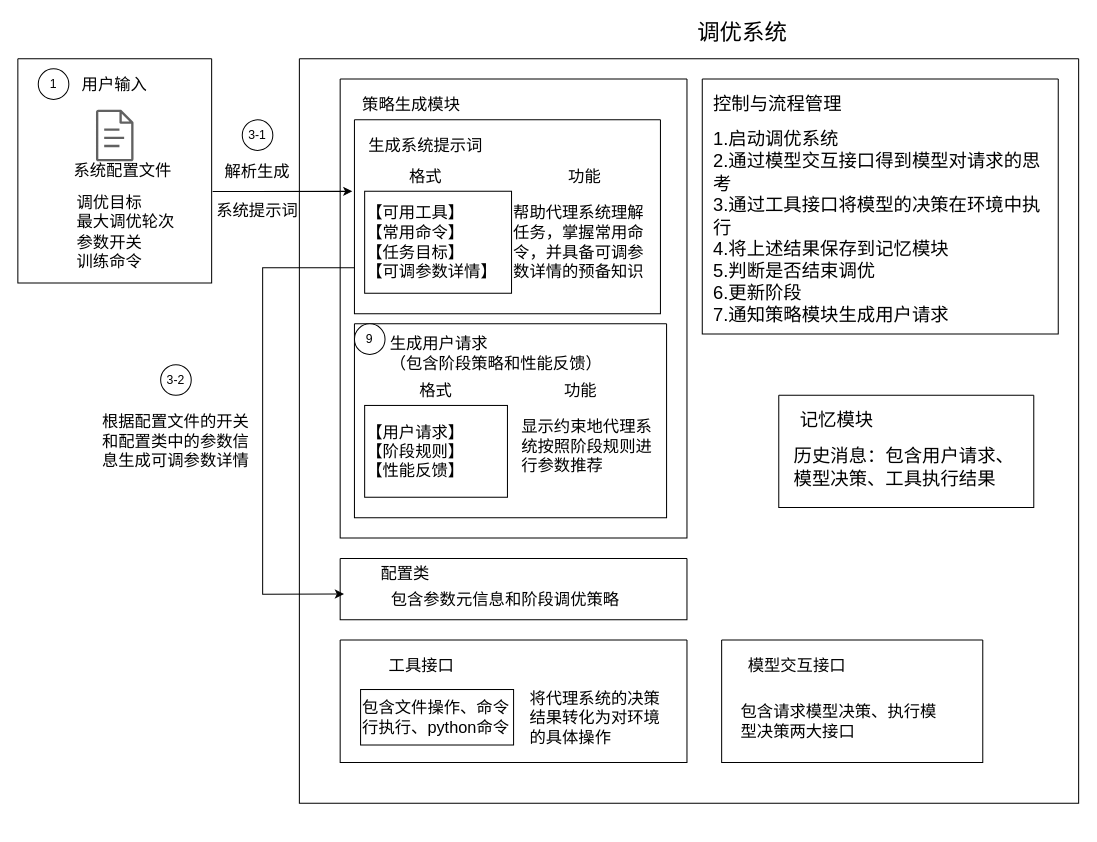
Earlier version of the draw.io diagram page "第 8 页" (8 of 14) of KernelTuneAgent.drawio (DonCoyi/_pictures). Source tidied: cells renumbered, new cells numbered last; positions are measured from the earlier drawing's top-left corner, leaving out a move shared by most shapes. Both pictures are drawn from the tidied source at 102%, with x=0, y=0 at pixel (17, 17).
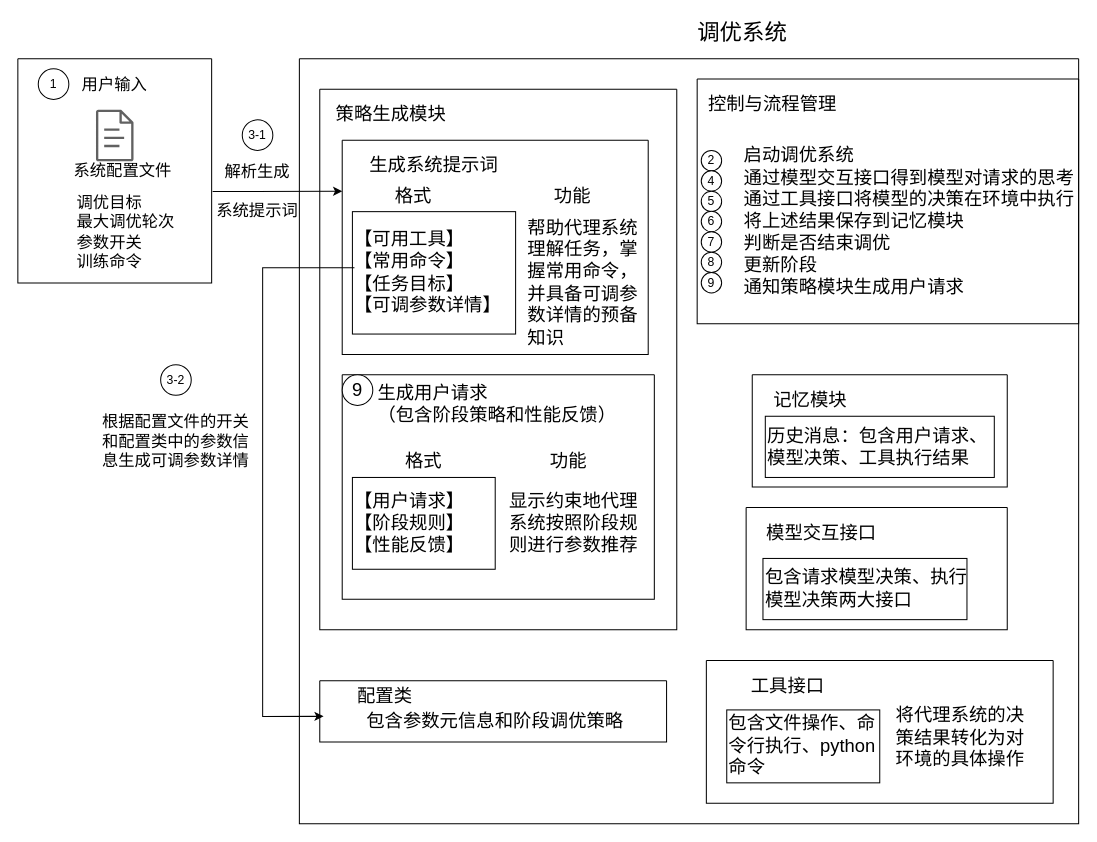
The same diagram, later.

The change refers to these unchanged cells:
```xml
<mxCell id="35" style="swimlane;startSize=0;" parent="1" vertex="1">
  <mxGeometry y="40" width="190" height="220" as="geometry" />
</mxCell>
```

Diff of the diagram source:
```diff
@@
     <mxCell id="2" style="swimlane;startSize=0;" parent="1" vertex="1">
-      <mxGeometry x="276" y="40" width="764" height="730" as="geometry" />
+      <mxGeometry x="276" y="40" width="764" height="750" as="geometry" />
     </mxCell>
     <mxCell id="3" style="swimlane;startSize=0;" parent="2" vertex="1">
-      <mxGeometry x="40" y="20" width="340" height="450" as="geometry" />
+      <mxGeometry x="20" y="30" width="350" height="530" as="geometry" />
     </mxCell>
-    <mxCell id="4" style="swimlane;startSize=0;" parent="3" vertex="1">
-      <mxGeometry x="14" y="40" width="300" height="190" as="geometry" />
+    <mxCell id="4" style="swimlane;startSize=0;fontSize=18;fontFamily=宋体;" parent="3" vertex="1">
+      <mxGeometry x="22" y="50" width="300" height="210" as="geometry" />
     </mxCell>
-    <mxCell id="5" value="&lt;font face=&quot;宋体&quot; style=&quot;font-size: 16px;&quot;&gt;【可用工具】&lt;/font&gt;&lt;div&gt;&lt;div&gt;&lt;font face=&quot;宋体&quot; style=&quot;font-size: 16px;&quot;&gt;【常用命令】&lt;/font&gt;&lt;/div&gt;&lt;div&gt;&lt;font face=&quot;宋体&quot; style=&quot;font-size: 16px;&quot;&gt;【任务目标】&lt;/font&gt;&lt;/div&gt;&lt;div&gt;&lt;font face=&quot;宋体&quot; style=&quot;font-size: 16px;&quot;&gt;【可调参数详情】&lt;/font&gt;&lt;/div&gt;&lt;/div&gt;" style="text;html=1;whiteSpace=wrap;strokeColor=default;fillColor=none;align=left;verticalAlign=middle;rounded=0;" parent="4" vertex="1">
-      <mxGeometry x="10" y="70" width="144" height="100" as="geometry" />
+    <mxCell id="5" value="&lt;font&gt;【可用工具】&lt;/font&gt;&lt;div&gt;&lt;div&gt;&lt;font&gt;【常用命令】&lt;/font&gt;&lt;/div&gt;&lt;div&gt;&lt;font&gt;【任务目标】&lt;/font&gt;&lt;/div&gt;&lt;div&gt;&lt;font&gt;【可调参数详情】&lt;/font&gt;&lt;/div&gt;&lt;/div&gt;" style="text;html=1;whiteSpace=wrap;strokeColor=default;fillColor=none;align=left;verticalAlign=middle;rounded=0;fontSize=18;fontFamily=宋体;" parent="4" vertex="1">
+      <mxGeometry x="10" y="70" width="160" height="120" as="geometry" />
     </mxCell>
-    <mxCell id="6" value="&lt;font face=&quot;宋体&quot; style=&quot;font-size: 16px;&quot;&gt;生成系统提示词&lt;/font&gt;" style="text;html=1;whiteSpace=wrap;strokeColor=none;fillColor=none;align=center;verticalAlign=middle;rounded=0;" parent="4" vertex="1">
-      <mxGeometry x="10" y="10" width="120" height="30.6" as="geometry" />
+    <mxCell id="6" value="&lt;font&gt;生成系统提示词&lt;/font&gt;" style="text;html=1;whiteSpace=wrap;strokeColor=none;fillColor=none;align=center;verticalAlign=middle;rounded=0;fontSize=18;fontFamily=宋体;" parent="4" vertex="1">
+      <mxGeometry x="10" y="10" width="160" height="30.6" as="geometry" />
     </mxCell>
-    <mxCell id="7" value="&lt;font face=&quot;宋体&quot;&gt;&lt;span style=&quot;font-size: 16px;&quot;&gt;帮助代理系统理解任务，掌握常用命令，并具备可调参数详情的预备知识&lt;/span&gt;&lt;/font&gt;" style="text;html=1;whiteSpace=wrap;strokeColor=none;fillColor=none;align=left;verticalAlign=middle;rounded=0;" parent="4" vertex="1">
-      <mxGeometry x="154" y="70" width="144" height="100" as="geometry" />
+    <mxCell id="7" value="&lt;font&gt;&lt;span&gt;帮助代理系统理解任务，掌握常用命令，并具备可调参数详情的预备知识&lt;/span&gt;&lt;/font&gt;" style="text;html=1;whiteSpace=wrap;strokeColor=none;fillColor=none;align=left;verticalAlign=middle;rounded=0;fontSize=18;fontFamily=宋体;" parent="4" vertex="1">
+      <mxGeometry x="180" y="70" width="118" height="140" as="geometry" />
     </mxCell>
-    <mxCell id="8" value="&lt;font face=&quot;宋体&quot; style=&quot;font-size: 16px;&quot;&gt;格式&lt;/font&gt;" style="text;html=1;whiteSpace=wrap;strokeColor=none;fillColor=none;align=center;verticalAlign=middle;rounded=0;" parent="4" vertex="1">
+    <mxCell id="8" value="&lt;font&gt;格式&lt;/font&gt;" style="text;html=1;whiteSpace=wrap;strokeColor=none;fillColor=none;align=center;verticalAlign=middle;rounded=0;fontSize=18;fontFamily=宋体;" parent="4" vertex="1">
       <mxGeometry x="10" y="39.4" width="120" height="30.6" as="geometry" />
     </mxCell>
-    <mxCell id="9" value="&lt;font face=&quot;宋体&quot; style=&quot;font-size: 16px;&quot;&gt;功能&lt;/font&gt;" style="text;html=1;whiteSpace=wrap;strokeColor=none;fillColor=none;align=center;verticalAlign=middle;rounded=0;" parent="4" vertex="1">
+    <mxCell id="9" value="&lt;font&gt;功能&lt;/font&gt;" style="text;html=1;whiteSpace=wrap;strokeColor=none;fillColor=none;align=center;verticalAlign=middle;rounded=0;fontSize=18;fontFamily=宋体;" parent="4" vertex="1">
       <mxGeometry x="166" y="39.4" width="120" height="30.6" as="geometry" />
     </mxCell>
-    <mxCell id="10" value="&lt;font face=&quot;宋体&quot; style=&quot;font-size: 16px;&quot;&gt;策略生成模块&lt;/font&gt;" style="text;html=1;whiteSpace=wrap;strokeColor=none;fillColor=none;align=center;verticalAlign=middle;rounded=0;" parent="3" vertex="1">
+    <mxCell id="10" value="&lt;font&gt;策略生成模块&lt;/font&gt;" style="text;html=1;whiteSpace=wrap;strokeColor=none;fillColor=none;align=center;verticalAlign=middle;rounded=0;fontSize=18;fontFamily=宋体;" parent="3" vertex="1">
       <mxGeometry y="9.4" width="140" height="30.6" as="geometry" />
     </mxCell>
-    <mxCell id="11" style="swimlane;startSize=0;" parent="3" vertex="1">
-      <mxGeometry x="14" y="240" width="306" height="190" as="geometry" />
+    <mxCell id="11" style="swimlane;startSize=0;fontSize=18;fontFamily=宋体;" parent="3" vertex="1">
+      <mxGeometry x="22" y="280" width="306" height="220" as="geometry" />
     </mxCell>
-    <mxCell id="12" value="&lt;font face=&quot;宋体&quot; style=&quot;font-size: 16px;&quot;&gt;【用户请求】&lt;/font&gt;&lt;div&gt;&lt;div&gt;&lt;font face=&quot;宋体&quot; style=&quot;font-size: 16px;&quot;&gt;【阶段规则】&lt;/font&gt;&lt;/div&gt;&lt;/div&gt;&lt;div&gt;&lt;font face=&quot;宋体&quot; style=&quot;font-size: 16px;&quot;&gt;【性能反馈】&lt;/font&gt;&lt;/div&gt;" style="text;html=1;whiteSpace=wrap;strokeColor=default;fillColor=none;align=left;verticalAlign=middle;rounded=0;" parent="11" vertex="1">
-      <mxGeometry x="10" y="80" width="140" height="90" as="geometry" />
+    <mxCell id="12" value="&lt;font&gt;【用户请求】&lt;/font&gt;&lt;div&gt;&lt;div&gt;&lt;font&gt;【阶段规则】&lt;/font&gt;&lt;/div&gt;&lt;/div&gt;&lt;div&gt;&lt;font&gt;【性能反馈】&lt;/font&gt;&lt;/div&gt;" style="text;html=1;whiteSpace=wrap;strokeColor=default;fillColor=none;align=left;verticalAlign=middle;rounded=0;fontSize=18;fontFamily=宋体;" parent="11" vertex="1">
+      <mxGeometry x="10" y="100.6" width="140" height="90" as="geometry" />
     </mxCell>
-    <mxCell id="13" value="&lt;font face=&quot;宋体&quot; style=&quot;font-size: 16px;&quot;&gt;生成用户请求&lt;/font&gt;&lt;div&gt;&lt;font face=&quot;宋体&quot; style=&quot;font-size: 16px;&quot;&gt;（包含阶段策略和性能反馈）&lt;/font&gt;&lt;/div&gt;" style="text;html=1;whiteSpace=wrap;strokeColor=none;fillColor=none;align=left;verticalAlign=middle;rounded=0;" parent="11" vertex="1">
+    <mxCell id="13" value="&lt;font&gt;生成用户请求&lt;/font&gt;&lt;div&gt;&lt;font&gt;（包含阶段策略和性能反馈）&lt;/font&gt;&lt;/div&gt;" style="text;html=1;whiteSpace=wrap;strokeColor=none;fillColor=none;align=left;verticalAlign=middle;rounded=0;fontSize=18;fontFamily=宋体;" parent="11" vertex="1">
       <mxGeometry x="33" y="8.7" width="240" height="41.3" as="geometry" />
     </mxCell>
-    <mxCell id="14" value="9" style="ellipse;whiteSpace=wrap;html=1;" parent="11" vertex="1">
+    <mxCell id="14" value="9" style="ellipse;whiteSpace=wrap;html=1;fontSize=18;fontFamily=宋体;" parent="11" vertex="1">
       <mxGeometry width="30" height="30" as="geometry" />
     </mxCell>
-    <mxCell id="15" value="&lt;font face=&quot;宋体&quot;&gt;&lt;span style=&quot;font-size: 16px;&quot;&gt;显示约束地代理系统按照阶段规则进行参数推荐&lt;/span&gt;&lt;/font&gt;" style="text;html=1;whiteSpace=wrap;strokeColor=none;fillColor=none;align=left;verticalAlign=middle;rounded=0;" parent="11" vertex="1">
-      <mxGeometry x="162" y="70" width="144" height="100" as="geometry" />
+    <mxCell id="15" value="&lt;font&gt;&lt;span&gt;显示约束地代理系统按照阶段规则进行参数推荐&lt;/span&gt;&lt;/font&gt;" style="text;html=1;whiteSpace=wrap;strokeColor=none;fillColor=none;align=left;verticalAlign=middle;rounded=0;fontSize=18;fontFamily=宋体;" parent="11" vertex="1">
+      <mxGeometry x="162" y="90.6" width="144" height="110" as="geometry" />
     </mxCell>
-    <mxCell id="16" value="&lt;font face=&quot;宋体&quot; style=&quot;font-size: 16px;&quot;&gt;格式&lt;/font&gt;" style="text;html=1;whiteSpace=wrap;strokeColor=none;fillColor=none;align=center;verticalAlign=middle;rounded=0;" parent="11" vertex="1">
-      <mxGeometry x="20" y="49.4" width="120" height="30.6" as="geometry" />
+    <mxCell id="16" value="&lt;font&gt;格式&lt;/font&gt;" style="text;html=1;whiteSpace=wrap;strokeColor=none;fillColor=none;align=center;verticalAlign=middle;rounded=0;fontSize=18;fontFamily=宋体;" parent="11" vertex="1">
+      <mxGeometry x="20" y="70" width="120" height="30.6" as="geometry" />
     </mxCell>
-    <mxCell id="17" value="&lt;font face=&quot;宋体&quot; style=&quot;font-size: 16px;&quot;&gt;功能&lt;/font&gt;" style="text;html=1;whiteSpace=wrap;strokeColor=none;fillColor=none;align=center;verticalAlign=middle;rounded=0;" parent="11" vertex="1">
-      <mxGeometry x="162" y="49.4" width="120" height="30.6" as="geometry" />
+    <mxCell id="17" value="&lt;font&gt;功能&lt;/font&gt;" style="text;html=1;whiteSpace=wrap;strokeColor=none;fillColor=none;align=center;verticalAlign=middle;rounded=0;fontSize=18;fontFamily=宋体;" parent="11" vertex="1">
+      <mxGeometry x="162" y="70" width="120" height="30.6" as="geometry" />
     </mxCell>
-    <mxCell id="18" style="swimlane;startSize=0;" parent="2" vertex="1">
-      <mxGeometry x="40" y="490" width="340" height="60" as="geometry" />
+    <mxCell id="18" style="swimlane;startSize=0;fontSize=18;fontFamily=宋体;" parent="2" vertex="1">
+      <mxGeometry x="20" y="610" width="340" height="60" as="geometry" />
     </mxCell>
-    <mxCell id="19" value="&lt;font face=&quot;宋体&quot; style=&quot;font-size: 16px;&quot;&gt;配置类&lt;/font&gt;" style="text;html=1;whiteSpace=wrap;strokeColor=none;fillColor=none;align=center;verticalAlign=middle;rounded=0;" parent="18" vertex="1">
+    <mxCell id="19" value="&lt;font&gt;配置类&lt;/font&gt;" style="text;html=1;whiteSpace=wrap;strokeColor=none;fillColor=none;align=center;verticalAlign=middle;rounded=0;fontSize=18;fontFamily=宋体;" parent="18" vertex="1">
       <mxGeometry x="-6" width="140" height="30.6" as="geometry" />
     </mxCell>
-    <mxCell id="20" value="&lt;font face=&quot;宋体&quot;&gt;&lt;span style=&quot;font-size: 16px;&quot;&gt;包含参数元信息和阶段调优策略&lt;/span&gt;&lt;/font&gt;" style="text;html=1;whiteSpace=wrap;strokeColor=none;fillColor=none;align=left;verticalAlign=middle;rounded=0;" parent="18" vertex="1">
-      <mxGeometry x="48" y="20" width="252" height="40" as="geometry" />
+    <mxCell id="20" value="&lt;font&gt;&lt;span&gt;包含参数元信息和阶段调优策略&lt;/span&gt;&lt;/font&gt;" style="text;html=1;whiteSpace=wrap;strokeColor=none;fillColor=none;align=left;verticalAlign=middle;rounded=0;fontSize=18;fontFamily=宋体;" parent="18" vertex="1">
+      <mxGeometry x="44" y="20" width="272" height="40" as="geometry" />
     </mxCell>
-    <mxCell id="21" style="swimlane;startSize=0;" parent="2" vertex="1">
-      <mxGeometry x="40" y="570" width="340" height="120" as="geometry" />
+    <mxCell id="21" style="swimlane;startSize=0;fontSize=18;fontFamily=宋体;" parent="2" vertex="1">
+      <mxGeometry x="399" y="590" width="340" height="140" as="geometry" />
     </mxCell>
-    <mxCell id="22" value="&lt;font face=&quot;宋体&quot; style=&quot;font-size: 16px;&quot;&gt;工具接口&lt;/font&gt;" style="text;html=1;whiteSpace=wrap;strokeColor=none;fillColor=none;align=center;verticalAlign=middle;rounded=0;" parent="21" vertex="1">
+    <mxCell id="22" value="&lt;font&gt;工具接口&lt;/font&gt;" style="text;html=1;whiteSpace=wrap;strokeColor=none;fillColor=none;align=center;verticalAlign=middle;rounded=0;fontSize=18;fontFamily=宋体;" parent="21" vertex="1">
       <mxGeometry x="20" y="10" width="120" height="30.6" as="geometry" />
     </mxCell>
-    <mxCell id="23" value="&lt;div&gt;&lt;font face=&quot;宋体&quot;&gt;&lt;span style=&quot;font-size: 16px;&quot;&gt;将代理系统的决策结果转化为对环境的具体操作&lt;/span&gt;&lt;/font&gt;&lt;/div&gt;" style="text;html=1;whiteSpace=wrap;strokeColor=none;fillColor=none;align=left;verticalAlign=middle;rounded=0;" parent="21" vertex="1">
+    <mxCell id="23" value="&lt;div&gt;&lt;font&gt;&lt;span&gt;将代理系统的决策结果转化为对环境的具体操作&lt;/span&gt;&lt;/font&gt;&lt;/div&gt;" style="text;html=1;whiteSpace=wrap;strokeColor=none;fillColor=none;align=left;verticalAlign=middle;rounded=0;fontSize=18;fontFamily=宋体;" parent="21" vertex="1">
       <mxGeometry x="184" y="40.6" width="136" height="70" as="geometry" />
     </mxCell>
-    <mxCell id="24" value="&lt;div&gt;&lt;font face=&quot;宋体&quot;&gt;&lt;span style=&quot;font-size: 16px;&quot;&gt;包含文件操作、命令行执行、python命令&lt;/span&gt;&lt;/font&gt;&lt;/div&gt;" style="text;html=1;whiteSpace=wrap;strokeColor=default;fillColor=none;align=left;verticalAlign=middle;rounded=0;" parent="21" vertex="1">
-      <mxGeometry x="20" y="48.5" width="150" height="54.4" as="geometry" />
+    <mxCell id="24" value="&lt;div&gt;&lt;font&gt;&lt;span&gt;包含文件操作、命令行执行、python命令&lt;/span&gt;&lt;/font&gt;&lt;/div&gt;" style="text;html=1;whiteSpace=wrap;strokeColor=default;fillColor=none;align=left;verticalAlign=middle;rounded=0;fontSize=18;fontFamily=宋体;" parent="21" vertex="1">
+      <mxGeometry x="20" y="48.5" width="150" height="71.5" as="geometry" />
     </mxCell>
     <mxCell id="25" style="endArrow=classic;html=1;rounded=0;entryX=0.011;entryY=0.58;entryDx=0;entryDy=0;entryPerimeter=0;" parent="2" edge="1" target="18">
       <mxGeometry relative="1" as="geometry">
         <mxPoint x="54" y="205" as="sourcePoint" />
         <Array as="points">
           <mxPoint x="-36" y="205" />
           <mxPoint x="-36" y="525" />
+          <mxPoint x="-36" y="645" />
         </Array>
       </mxGeometry>
     </mxCell>
     <mxCell id="26" style="swimlane;startSize=0;" parent="2" vertex="1">
-      <mxGeometry x="414" y="570" width="256" height="120" as="geometry" />
+      <mxGeometry x="438" y="440" width="256" height="120" as="geometry" />
     </mxCell>
-    <mxCell id="27" value="&lt;font face=&quot;宋体&quot; style=&quot;font-size: 16px;&quot;&gt;模型交互接口&lt;/font&gt;" style="text;html=1;whiteSpace=wrap;strokeColor=none;fillColor=none;align=center;verticalAlign=middle;rounded=0;" parent="26" vertex="1">
+    <mxCell id="27" value="&lt;font face=&quot;宋体&quot; style=&quot;font-size: 18px;&quot;&gt;模型交互接口&lt;/font&gt;" style="text;html=1;whiteSpace=wrap;strokeColor=none;fillColor=none;align=center;verticalAlign=middle;rounded=0;" parent="26" vertex="1">
       <mxGeometry x="4" y="9.4" width="140" height="30.6" as="geometry" />
     </mxCell>
-    <mxCell id="28" value="&lt;div&gt;&lt;font face=&quot;宋体&quot; style=&quot;font-size: 16px;&quot;&gt;包含请求模型决策、执行模型决策两大接口&lt;/font&gt;&lt;/div&gt;" style="text;html=1;whiteSpace=wrap;strokeColor=none;fillColor=none;align=left;verticalAlign=middle;rounded=0;" parent="26" vertex="1">
+    <mxCell id="28" value="&lt;div&gt;&lt;font face=&quot;宋体&quot; style=&quot;font-size: 18px;&quot;&gt;包含请求模型决策、执行模型决策两大接口&lt;/font&gt;&lt;/div&gt;" style="text;html=1;whiteSpace=wrap;strokeColor=default;fillColor=none;align=left;verticalAlign=middle;rounded=0;" parent="26" vertex="1">
       <mxGeometry x="16.5" y="50" width="200" height="60" as="geometry" />
     </mxCell>
     <mxCell id="29" style="swimlane;startSize=0;" parent="2" vertex="1">
-      <mxGeometry x="395" y="20" width="349" height="250" as="geometry" />
+      <mxGeometry x="390" y="20" width="374" height="240" as="geometry" />
     </mxCell>
@@
-    <mxCell id="31" value="&lt;font face=&quot;宋体&quot; style=&quot;font-size: 18px;&quot;&gt;1.启动调优系统&lt;/font&gt;&lt;div&gt;&lt;font face=&quot;宋体&quot; style=&quot;font-size: 18px;&quot;&gt;2.通过模型交互接口得到模型对请求的思考&lt;/font&gt;&lt;/div&gt;&lt;div&gt;&lt;font face=&quot;宋体&quot; style=&quot;font-size: 18px;&quot;&gt;3.通过工具接口将模型的决策在环境中执行&lt;/font&gt;&lt;/div&gt;&lt;div&gt;&lt;font face=&quot;宋体&quot; style=&quot;font-size: 18px;&quot;&gt;4.将上述结果保存到记忆模块&lt;/font&gt;&lt;/div&gt;&lt;div&gt;&lt;font face=&quot;宋体&quot; style=&quot;font-size: 18px;&quot;&gt;5.判断是否结束调优&lt;/font&gt;&lt;/div&gt;&lt;div&gt;&lt;font face=&quot;宋体&quot; style=&quot;font-size: 18px;&quot;&gt;6.更新阶段&lt;/font&gt;&lt;/div&gt;&lt;div&gt;&lt;font face=&quot;宋体&quot; style=&quot;font-size: 18px;&quot;&gt;7.通知策略模块生成用户请求&lt;/font&gt;&lt;/div&gt;" style="text;html=1;whiteSpace=wrap;strokeColor=none;fillColor=none;align=left;verticalAlign=middle;rounded=0;" parent="29" vertex="1">
-      <mxGeometry x="9" y="40.6" width="331" height="210" as="geometry" />
+    <mxCell id="31" value="&lt;font face=&quot;宋体&quot; style=&quot;font-size: 18px;&quot;&gt;&lt;span style=&quot;white-space: pre;&quot;&gt;&#9;&lt;/span&gt;启动调优系统&lt;/font&gt;&lt;div&gt;&lt;font face=&quot;宋体&quot; style=&quot;font-size: 18px;&quot;&gt;&lt;span style=&quot;white-space: pre;&quot;&gt;&#9;&lt;/span&gt;通过模型交互接口得到模型对请求的思考&lt;/font&gt;&lt;/div&gt;&lt;div&gt;&lt;font face=&quot;宋体&quot; style=&quot;font-size: 18px;&quot;&gt;&lt;span style=&quot;white-space: pre;&quot;&gt;&#9;&lt;/span&gt;通过工具接口将模型的决策在环境中执行&lt;/font&gt;&lt;/div&gt;&lt;div&gt;&lt;font face=&quot;宋体&quot; style=&quot;font-size: 18px;&quot;&gt;&lt;span style=&quot;white-space: pre;&quot;&gt;&#9;&lt;/span&gt;将上述结果保存到记忆模块&lt;/font&gt;&lt;/div&gt;&lt;div&gt;&lt;font face=&quot;宋体&quot; style=&quot;font-size: 18px;&quot;&gt;&lt;span style=&quot;white-space: pre;&quot;&gt;&#9;&lt;/span&gt;判断是否结束调优&lt;/font&gt;&lt;/div&gt;&lt;div&gt;&lt;font face=&quot;宋体&quot; style=&quot;font-size: 18px;&quot;&gt;&lt;span style=&quot;white-space: pre;&quot;&gt;&#9;&lt;/span&gt;更新阶段&lt;/font&gt;&lt;/div&gt;&lt;div&gt;&lt;font face=&quot;宋体&quot; style=&quot;font-size: 18px;&quot;&gt;&lt;span style=&quot;white-space: pre;&quot;&gt;&#9;&lt;/span&gt;通知策略模块生成用户请求&lt;/font&gt;&lt;/div&gt;" style="text;html=1;whiteSpace=wrap;strokeColor=none;fillColor=none;align=left;verticalAlign=middle;rounded=0;" parent="29" vertex="1">
+      <mxGeometry x="4" y="50" width="370" height="179.4" as="geometry" />
     </mxCell>
+    <mxCell id="47" value="2" style="ellipse;whiteSpace=wrap;html=1;" parent="29" vertex="1">
+      <mxGeometry x="4" y="70" width="20" height="20" as="geometry" />
+    </mxCell>
+    <mxCell id="48" value="4" style="ellipse;whiteSpace=wrap;html=1;" parent="29" vertex="1">
+      <mxGeometry x="4" y="90" width="20" height="20" as="geometry" />
+    </mxCell>
+    <mxCell id="49" value="5" style="ellipse;whiteSpace=wrap;html=1;" parent="29" vertex="1">
+      <mxGeometry x="4" y="110" width="20" height="20" as="geometry" />
+    </mxCell>
+    <mxCell id="50" value="6" style="ellipse;whiteSpace=wrap;html=1;" parent="29" vertex="1">
+      <mxGeometry x="4" y="129.7" width="20" height="20" as="geometry" />
+    </mxCell>
+    <mxCell id="51" value="7" style="ellipse;whiteSpace=wrap;html=1;" parent="29" vertex="1">
+      <mxGeometry x="4" y="149.7" width="20" height="20" as="geometry" />
+    </mxCell>
+    <mxCell id="52" value="8" style="ellipse;whiteSpace=wrap;html=1;" parent="29" vertex="1">
+      <mxGeometry x="4" y="169.7" width="20" height="20" as="geometry" />
+    </mxCell>
+    <mxCell id="53" value="9" style="ellipse;whiteSpace=wrap;html=1;" parent="29" vertex="1">
+      <mxGeometry x="4" y="189.7" width="20" height="20" as="geometry" />
+    </mxCell>
     <mxCell id="32" style="swimlane;startSize=0;" parent="2" vertex="1">
-      <mxGeometry x="470" y="330" width="250" height="110" as="geometry" />
+      <mxGeometry x="444" y="310" width="250" height="110" as="geometry" />
     </mxCell>
@@
-    <mxCell id="34" value="&lt;div&gt;&lt;font face=&quot;宋体&quot; style=&quot;font-size: 18px;&quot;&gt;历史消息：包含用户请求、模型决策、工具执行结果&lt;/font&gt;&lt;/div&gt;" style="text;html=1;whiteSpace=wrap;strokeColor=none;fillColor=none;align=left;verticalAlign=middle;rounded=0;" parent="32" vertex="1">
+    <mxCell id="34" value="&lt;div&gt;&lt;font face=&quot;宋体&quot; style=&quot;font-size: 18px;&quot;&gt;历史消息：包含用户请求、模型决策、工具执行结果&lt;/font&gt;&lt;/div&gt;" style="text;html=1;whiteSpace=wrap;strokeColor=default;fillColor=none;align=left;verticalAlign=middle;rounded=0;" parent="32" vertex="1">
       <mxGeometry x="12.8" y="40.6" width="224.5" height="60" as="geometry" />
     </mxCell>
@@
-    <mxCell id="43" style="endArrow=classic;html=1;rounded=0;entryX=-0.007;entryY=0.369;entryDx=0;entryDy=0;entryPerimeter=0;exitX=1.005;exitY=0.592;exitDx=0;exitDy=0;exitPerimeter=0;" parent="1" edge="1" source="35" target="4">
-      <mxGeometry relative="1" as="geometry" />
+    <mxCell id="43" style="endArrow=classic;html=1;rounded=0;exitX=1.005;exitY=0.592;exitDx=0;exitDy=0;exitPerimeter=0;" parent="1" edge="1" source="35">
+      <mxGeometry relative="1" as="geometry">
+        <mxPoint x="318" y="170" as="targetPoint" />
+      </mxGeometry>
     </mxCell>
```
